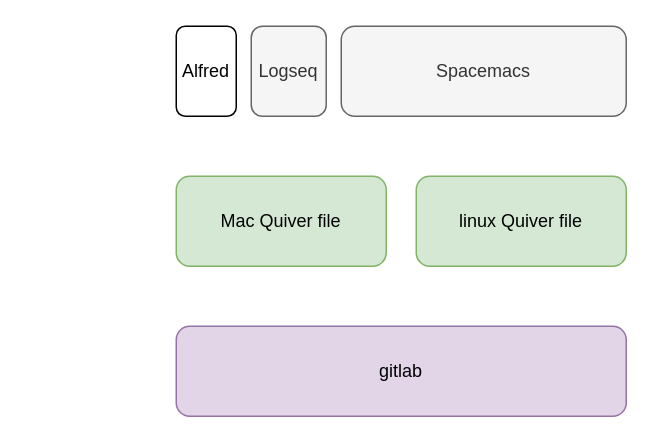
Earlier version of the draw.io diagram note-book-flow.drawio (LiErhua/draw.io). Source tidied: cells renumbered, new cells numbered last; positions are measured from the earlier drawing's top-left corner, leaving out a move shared by most shapes. Both pictures are drawn from the tidied source at 150%, with x=0, y=0 at pixel (176, 26).
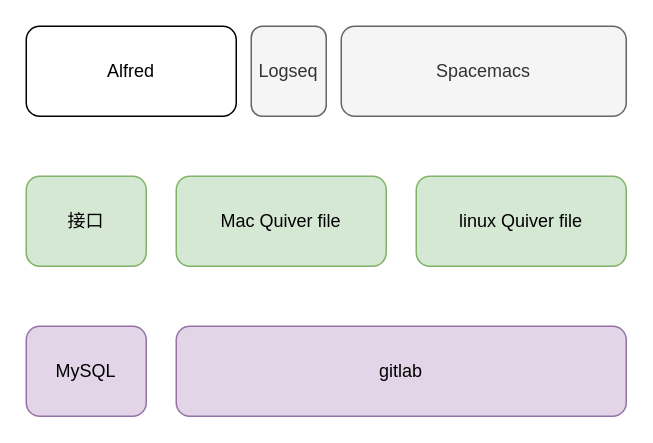
The same diagram, later.

Diff of the diagram source:
```diff
@@
 <mxGraphModel>
   <root>
     <mxCell id="0" />
     <mxCell id="1" parent="0" />
     <mxCell id="2" value="Logseq" style="rounded=1;whiteSpace=wrap;html=1;fillColor=#f5f5f5;fontColor=#333333;strokeColor=#666666;" parent="1" vertex="1">
       <mxGeometry x="50" width="50" height="60" as="geometry" />
     </mxCell>
     <mxCell id="3" value="Spacemacs" style="rounded=1;whiteSpace=wrap;html=1;fillColor=#f5f5f5;fontColor=#333333;strokeColor=#666666;" parent="1" vertex="1">
       <mxGeometry x="110" width="190" height="60" as="geometry" />
     </mxCell>
     <mxCell id="4" value="Mac Quiver file" style="rounded=1;whiteSpace=wrap;html=1;fillColor=#d5e8d4;strokeColor=#82b366;" parent="1" vertex="1">
       <mxGeometry y="100" width="140" height="60" as="geometry" />
     </mxCell>
     <mxCell id="5" value="linux Quiver file" style="rounded=1;whiteSpace=wrap;html=1;fillColor=#d5e8d4;strokeColor=#82b366;" parent="1" vertex="1">
       <mxGeometry x="160" y="100" width="140" height="60" as="geometry" />
     </mxCell>
     <mxCell id="6" value="gitlab" style="rounded=1;whiteSpace=wrap;html=1;fillColor=#e1d5e7;strokeColor=#9673a6;" parent="1" vertex="1">
       <mxGeometry y="200" width="300" height="60" as="geometry" />
     </mxCell>
     <mxCell id="7" value="Alfred" style="rounded=1;whiteSpace=wrap;html=1;" parent="1" vertex="1">
-      <mxGeometry width="40" height="60" as="geometry" />
+      <mxGeometry x="-100" width="140" height="60" as="geometry" />
     </mxCell>
+    <mxCell id="8" value="接口" style="rounded=1;whiteSpace=wrap;html=1;fillColor=#d5e8d4;strokeColor=#82b366;" parent="1" vertex="1">
+      <mxGeometry x="-100" y="100" width="80" height="60" as="geometry" />
+    </mxCell>
+    <mxCell id="9" value="MySQL" style="rounded=1;whiteSpace=wrap;html=1;fillColor=#e1d5e7;strokeColor=#9673a6;" parent="1" vertex="1">
+      <mxGeometry x="-100" y="200" width="80" height="60" as="geometry" />
+    </mxCell>
   </root>
 </mxGraphModel>
```
